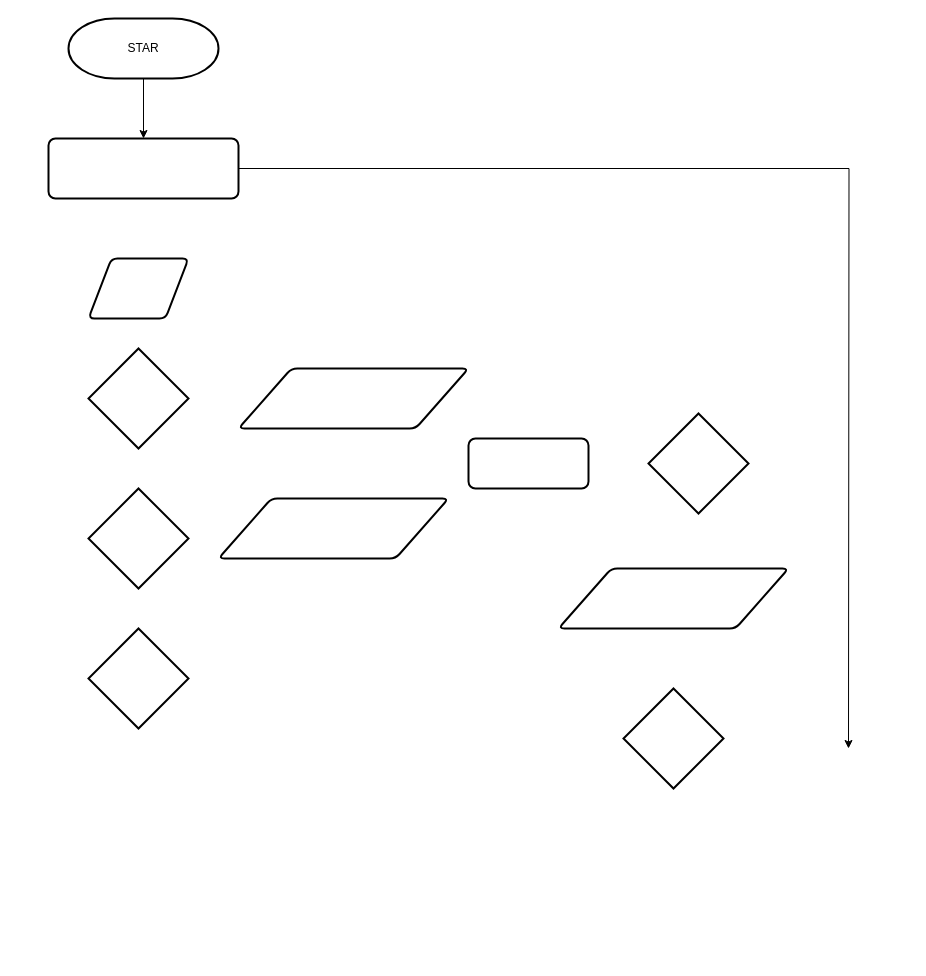
Above: Untitled Diagram.drawio in Rasyid-Saputra/Algo_C_23241106 (draw.io), before the change. Source tidied: cells renumbered, new cells numbered last; positions are measured from the earlier drawing's top-left corner, leaving out a move shared by most shapes. Both pictures are drawn from the tidied source at 100%, with x=0, y=0 at pixel (48, 18).
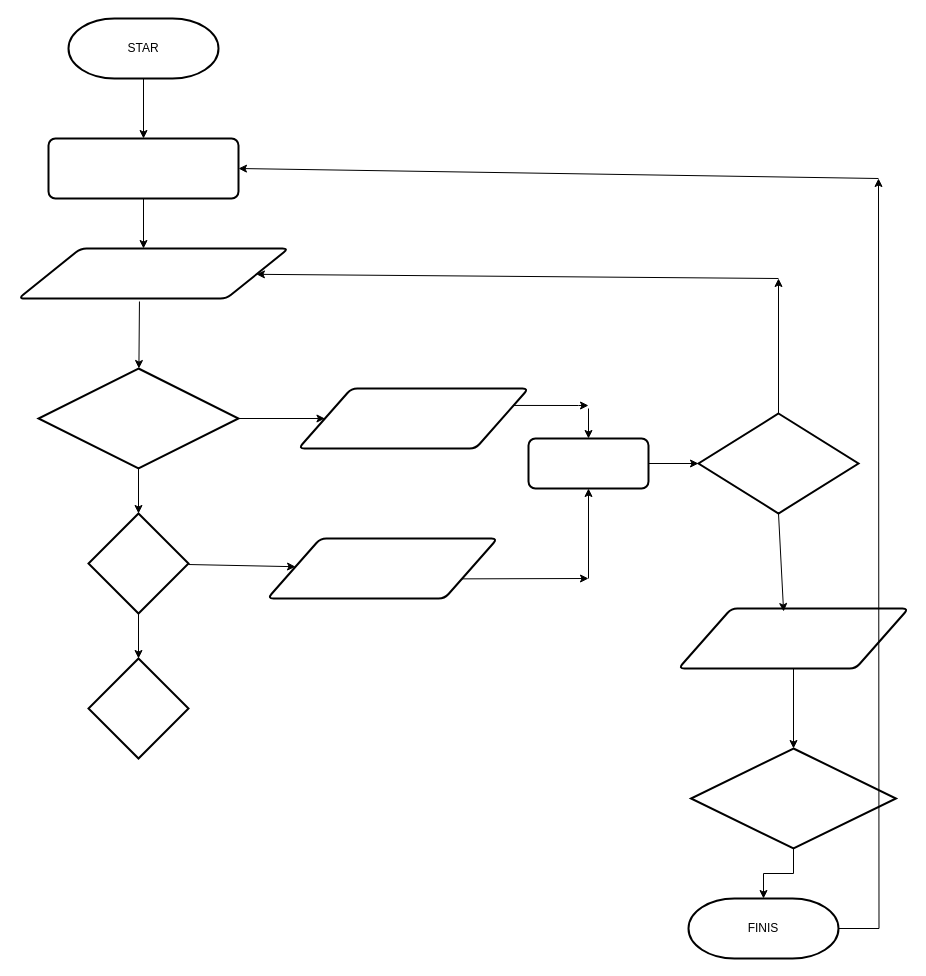
Above is the later version.

The change refers to these unchanged cells:
```xml
<mxCell id="4" style="rounded=1;whiteSpace=wrap;html=1;absoluteArcSize=1;arcSize=14;strokeWidth=2;" parent="1" vertex="1">
  <mxGeometry y="120" width="190" height="60" as="geometry" />
</mxCell>
```

The edit, as a diff of the source:
```diff
@@
+    <mxCell id="16" style="rounded=0;jettySize=auto;html=1;exitX=0.448;exitY=1.06;exitDx=0;exitDy=0;exitPerimeter=0;" parent="1" edge="1" source="5" target="6">
+      <mxGeometry relative="1" as="geometry" />
+    </mxCell>
     <mxCell id="5" style="shape=parallelogram;html=1;strokeWidth=2;perimeter=parallelogramPerimeter;whiteSpace=wrap;rounded=1;arcSize=12;size=0.23;" parent="1" vertex="1">
-      <mxGeometry x="40" y="240" width="100" height="60" as="geometry" />
+      <mxGeometry x="-30" y="230" width="270" height="50" as="geometry" />
     </mxCell>
+    <mxCell id="17" style="edgeStyle=orthogonalEdgeStyle;rounded=0;jettySize=auto;html=1;exitX=1;exitY=0.5;exitDx=0;exitDy=0;exitPerimeter=0;" parent="1" edge="1" source="6" target="9">
+      <mxGeometry relative="1" as="geometry" />
+    </mxCell>
+    <mxCell id="18" style="edgeStyle=orthogonalEdgeStyle;rounded=0;jettySize=auto;html=1;" parent="1" edge="1" source="6" target="7">
+      <mxGeometry relative="1" as="geometry" />
+    </mxCell>
     <mxCell id="6" style="strokeWidth=2;html=1;shape=mxgraph.flowchart.decision;whiteSpace=wrap;" parent="1" vertex="1">
-      <mxGeometry x="40" y="330" width="100" height="100" as="geometry" />
+      <mxGeometry x="-10" y="350" width="200" height="100" as="geometry" />
     </mxCell>
+    <mxCell id="19" style="edgeStyle=none;rounded=0;jettySize=auto;html=1;" parent="1" edge="1" source="7" target="10">
+      <mxGeometry relative="1" as="geometry" />
+    </mxCell>
     <mxCell id="7" style="strokeWidth=2;html=1;shape=mxgraph.flowchart.decision;whiteSpace=wrap;" parent="1" vertex="1">
-      <mxGeometry x="40" y="470" width="100" height="100" as="geometry" />
+      <mxGeometry x="40" y="495" width="100" height="100" as="geometry" />
     </mxCell>
     <mxCell id="8" style="strokeWidth=2;html=1;shape=mxgraph.flowchart.decision;whiteSpace=wrap;" parent="1" vertex="1">
-      <mxGeometry x="40" y="610" width="100" height="100" as="geometry" />
+      <mxGeometry x="40" y="640" width="100" height="100" as="geometry" />
     </mxCell>
+    <mxCell id="20" style="edgeStyle=none;rounded=0;jettySize=auto;html=1;exitX=1;exitY=0.25;exitDx=0;exitDy=0;" parent="1" edge="1" source="9">
+      <mxGeometry relative="1" as="geometry">
+        <mxPoint x="540" y="387" as="targetPoint" />
+        <Array as="points">
+          <mxPoint x="530" y="387" />
+        </Array>
+      </mxGeometry>
+    </mxCell>
     <mxCell id="9" style="shape=parallelogram;html=1;strokeWidth=2;perimeter=parallelogramPerimeter;whiteSpace=wrap;rounded=1;arcSize=12;size=0.23;" parent="1" vertex="1">
-      <mxGeometry x="190" y="350" width="230" height="60" as="geometry" />
+      <mxGeometry x="250" y="370" width="230" height="60" as="geometry" />
     </mxCell>
+    <mxCell id="21" style="edgeStyle=none;rounded=0;jettySize=auto;html=1;exitX=1;exitY=0.75;exitDx=0;exitDy=0;" parent="1" edge="1" source="10">
+      <mxGeometry relative="1" as="geometry">
+        <mxPoint x="540" y="560" as="targetPoint" />
+      </mxGeometry>
+    </mxCell>
     <mxCell id="10" style="shape=parallelogram;html=1;strokeWidth=2;perimeter=parallelogramPerimeter;whiteSpace=wrap;rounded=1;arcSize=12;size=0.23;" parent="1" vertex="1">
-      <mxGeometry x="170" y="480" width="230" height="60" as="geometry" />
+      <mxGeometry x="219" y="520" width="230" height="60" as="geometry" />
     </mxCell>
     <mxCell id="11" style="rounded=1;whiteSpace=wrap;html=1;absoluteArcSize=1;arcSize=14;strokeWidth=2;" parent="1" vertex="1">
-      <mxGeometry x="420" y="420" width="120" height="50" as="geometry" />
+      <mxGeometry x="480" y="420" width="120" height="50" as="geometry" />
     </mxCell>
+    <mxCell id="22" style="edgeStyle=none;rounded=0;jettySize=auto;html=1;exitX=0.5;exitY=0;exitDx=0;exitDy=0;exitPerimeter=0;" parent="1" edge="1" source="12">
+      <mxGeometry relative="1" as="geometry">
+        <mxPoint x="730" y="260" as="targetPoint" />
+      </mxGeometry>
+    </mxCell>
     <mxCell id="12" style="strokeWidth=2;html=1;shape=mxgraph.flowchart.decision;whiteSpace=wrap;" parent="1" vertex="1">
-      <mxGeometry x="600" y="395" width="100" height="100" as="geometry" />
+      <mxGeometry x="650" y="395" width="160" height="100" as="geometry" />
     </mxCell>
     <mxCell id="13" style="shape=parallelogram;html=1;strokeWidth=2;perimeter=parallelogramPerimeter;whiteSpace=wrap;rounded=1;arcSize=12;size=0.23;" parent="1" vertex="1">
-      <mxGeometry x="510" y="550" width="230" height="60" as="geometry" />
+      <mxGeometry x="630" y="590" width="230" height="60" as="geometry" />
     </mxCell>
-    <mxCell id="14" style="edgeStyle=orthogonalEdgeStyle;rounded=0;jettySize=auto;html=1;exitX=1;exitY=0.5;exitDx=0;exitDy=0;" parent="1" edge="1" source="4">
-      <mxGeometry relative="1" as="geometry">
-        <mxPoint x="800" y="730" as="targetPoint" />
-      </mxGeometry>
-    </mxCell>
     <mxCell id="15" style="strokeWidth=2;html=1;shape=mxgraph.flowchart.decision;whiteSpace=wrap;" parent="1" vertex="1">
-      <mxGeometry x="575" y="670" width="100" height="100" as="geometry" />
+      <mxGeometry x="642.5" y="730" width="205" height="100" as="geometry" />
     </mxCell>
+    <mxCell id="23" style="edgeStyle=orthogonalEdgeStyle;rounded=0;jettySize=auto;html=1;exitX=1;exitY=0.5;exitDx=0;exitDy=0;exitPerimeter=0;" parent="1" edge="1" source="24">
+      <mxGeometry relative="1" as="geometry">
+        <mxPoint x="830" y="160" as="targetPoint" />
+      </mxGeometry>
+    </mxCell>
+    <mxCell id="24" value="FINIS" style="strokeWidth=2;html=1;shape=mxgraph.flowchart.terminator;whiteSpace=wrap;" parent="1" vertex="1">
+      <mxGeometry x="640" y="880" width="150" height="60" as="geometry" />
+    </mxCell>
+    <mxCell id="25" style="edgeStyle=none;jettySize=auto;html=1;rounded=0;entryX=1;entryY=0.5;entryDx=0;entryDy=0;" parent="1" edge="1" target="4">
+      <mxGeometry relative="1" as="geometry">
+        <mxPoint x="830" y="160" as="sourcePoint" />
+      </mxGeometry>
+    </mxCell>
+    <mxCell id="26" style="rounded=0;jettySize=auto;html=1;entryX=0.463;entryY=0;entryDx=0;entryDy=0;entryPerimeter=0;" parent="1" edge="1" source="4" target="5">
+      <mxGeometry relative="1" as="geometry" />
+    </mxCell>
+    <mxCell id="27" style="rounded=0;jettySize=auto;html=1;exitX=0.5;exitY=1;exitDx=0;exitDy=0;exitPerimeter=0;entryX=0.5;entryY=0;entryDx=0;entryDy=0;entryPerimeter=0;" parent="1" edge="1" source="7" target="8">
+      <mxGeometry relative="1" as="geometry" />
+    </mxCell>
+    <mxCell id="28" style="edgeStyle=orthogonalEdgeStyle;rounded=0;jettySize=auto;html=1;exitX=0.5;exitY=1;exitDx=0;exitDy=0;exitPerimeter=0;entryX=0.5;entryY=0;entryDx=0;entryDy=0;entryPerimeter=0;" parent="1" edge="1" source="15" target="24">
+      <mxGeometry relative="1" as="geometry" />
+    </mxCell>
+    <mxCell id="29" style="edgeStyle=orthogonalEdgeStyle;rounded=0;jettySize=auto;html=1;exitX=0.5;exitY=1;exitDx=0;exitDy=0;entryX=0.5;entryY=0;entryDx=0;entryDy=0;entryPerimeter=0;" parent="1" edge="1" source="13" target="15">
+      <mxGeometry relative="1" as="geometry" />
+    </mxCell>
+    <mxCell id="30" style="edgeStyle=orthogonalEdgeStyle;rounded=0;jettySize=auto;html=1;exitX=1;exitY=0.5;exitDx=0;exitDy=0;entryX=0;entryY=0.5;entryDx=0;entryDy=0;entryPerimeter=0;" parent="1" edge="1" source="11" target="12">
+      <mxGeometry relative="1" as="geometry" />
+    </mxCell>
+    <mxCell id="31" style="edgeStyle=none;jettySize=auto;html=1;rounded=0;" parent="1" edge="1" target="5">
+      <mxGeometry relative="1" as="geometry">
+        <mxPoint x="730" y="260" as="sourcePoint" />
+      </mxGeometry>
+    </mxCell>
+    <mxCell id="32" style="edgeStyle=none;rounded=0;jettySize=auto;html=1;" parent="1" edge="1" target="11">
+      <mxGeometry relative="1" as="geometry">
+        <mxPoint x="540" y="390" as="sourcePoint" />
+      </mxGeometry>
+    </mxCell>
+    <mxCell id="33" style="edgeStyle=none;rounded=0;jettySize=auto;html=1;entryX=0.5;entryY=1;entryDx=0;entryDy=0;" parent="1" edge="1" target="11">
+      <mxGeometry relative="1" as="geometry">
+        <mxPoint x="540" y="560" as="sourcePoint" />
+      </mxGeometry>
+    </mxCell>
+    <mxCell id="34" style="edgeStyle=none;rounded=0;jettySize=auto;html=1;exitX=0.5;exitY=1;exitDx=0;exitDy=0;exitPerimeter=0;entryX=0.457;entryY=0.05;entryDx=0;entryDy=0;entryPerimeter=0;" parent="1" edge="1" source="12" target="13">
+      <mxGeometry relative="1" as="geometry" />
+    </mxCell>
```
